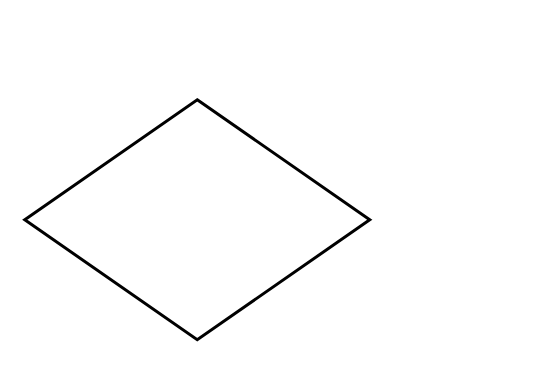
Before: test.drawio in prahlad2018/microservice, a draw.io diagram. Source tidied: cells renumbered, new cells numbered last; positions are measured from the earlier drawing's top-left corner, leaving out a move shared by most shapes. Both pictures are drawn from the tidied source at 150%, with x=0, y=0 at pixel (24, 99).
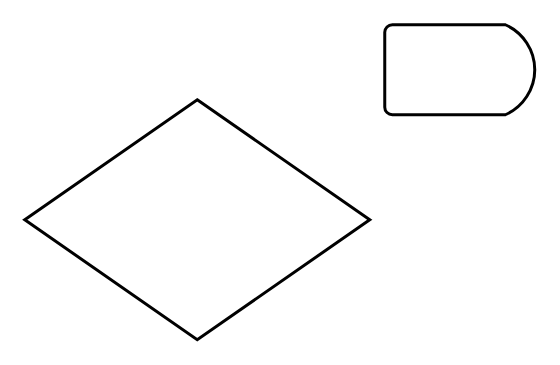
The same diagram, later.

Diff of the diagram source:
```diff
@@
 <mxGraphModel>
   <root>
     <mxCell id="0" />
     <mxCell id="1" parent="0" />
     <mxCell id="2" style="strokeWidth=2;html=1;shape=mxgraph.flowchart.decision;whiteSpace=wrap;" parent="1" vertex="1">
       <mxGeometry width="230" height="160" as="geometry" />
     </mxCell>
+    <mxCell id="3" style="strokeWidth=2;html=1;shape=mxgraph.flowchart.delay;whiteSpace=wrap;" parent="1" vertex="1">
+      <mxGeometry x="240" y="-50" width="100" height="60" as="geometry" />
+    </mxCell>
   </root>
 </mxGraphModel>
```
